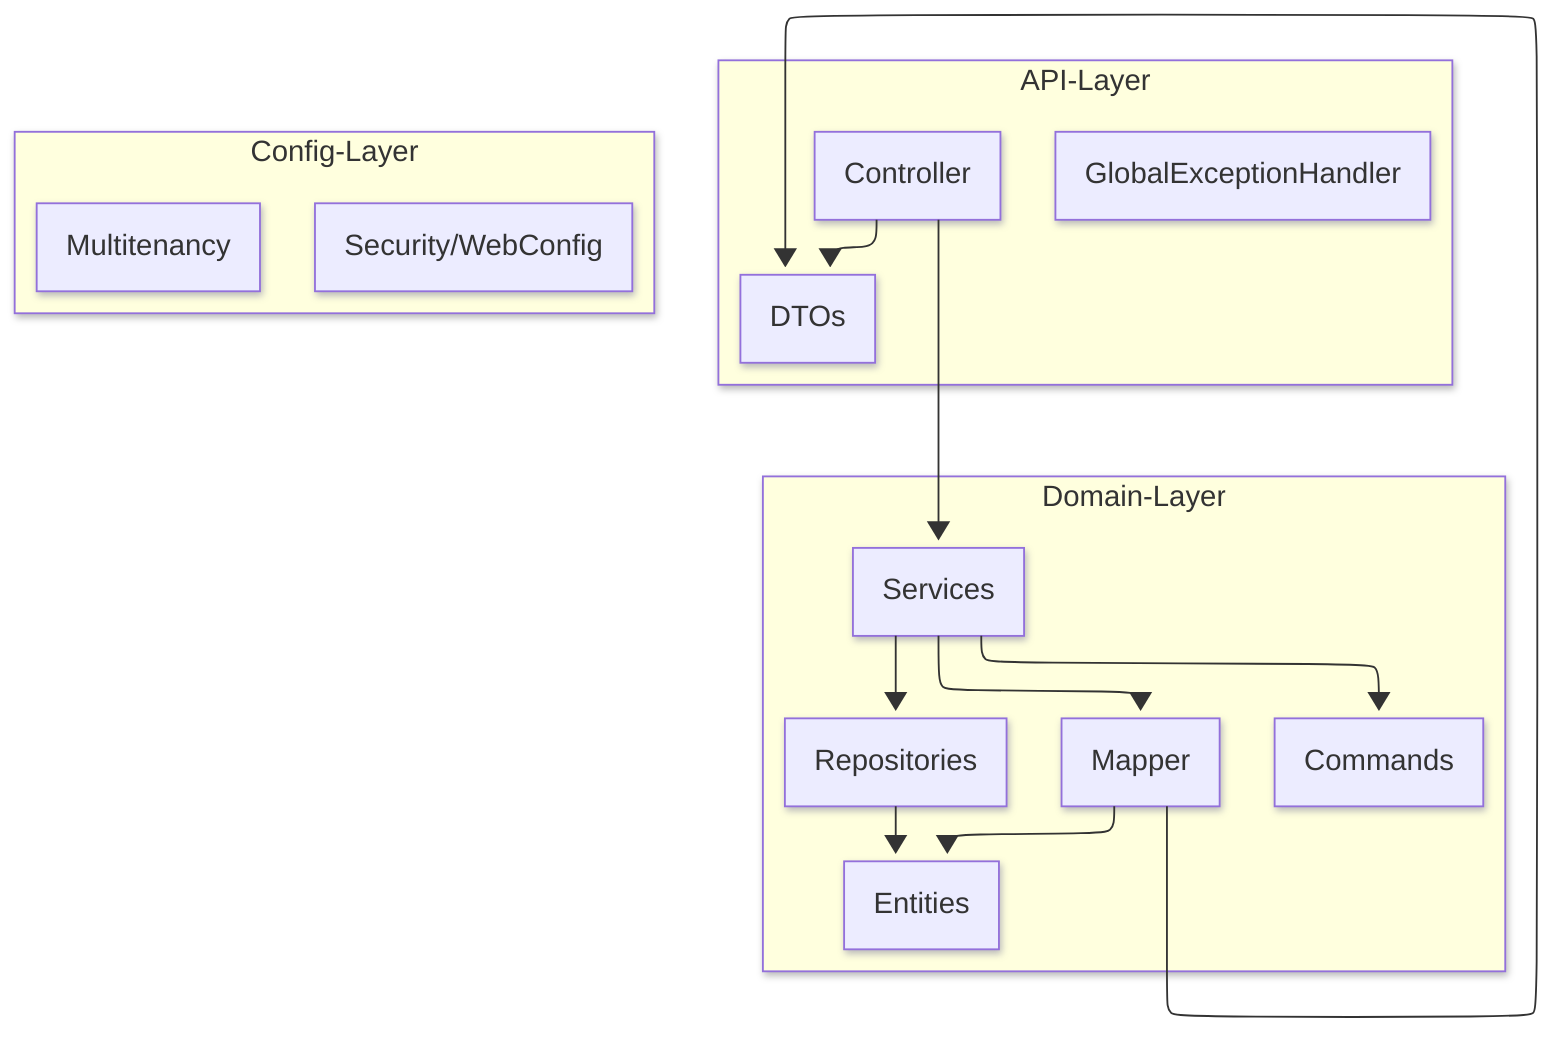
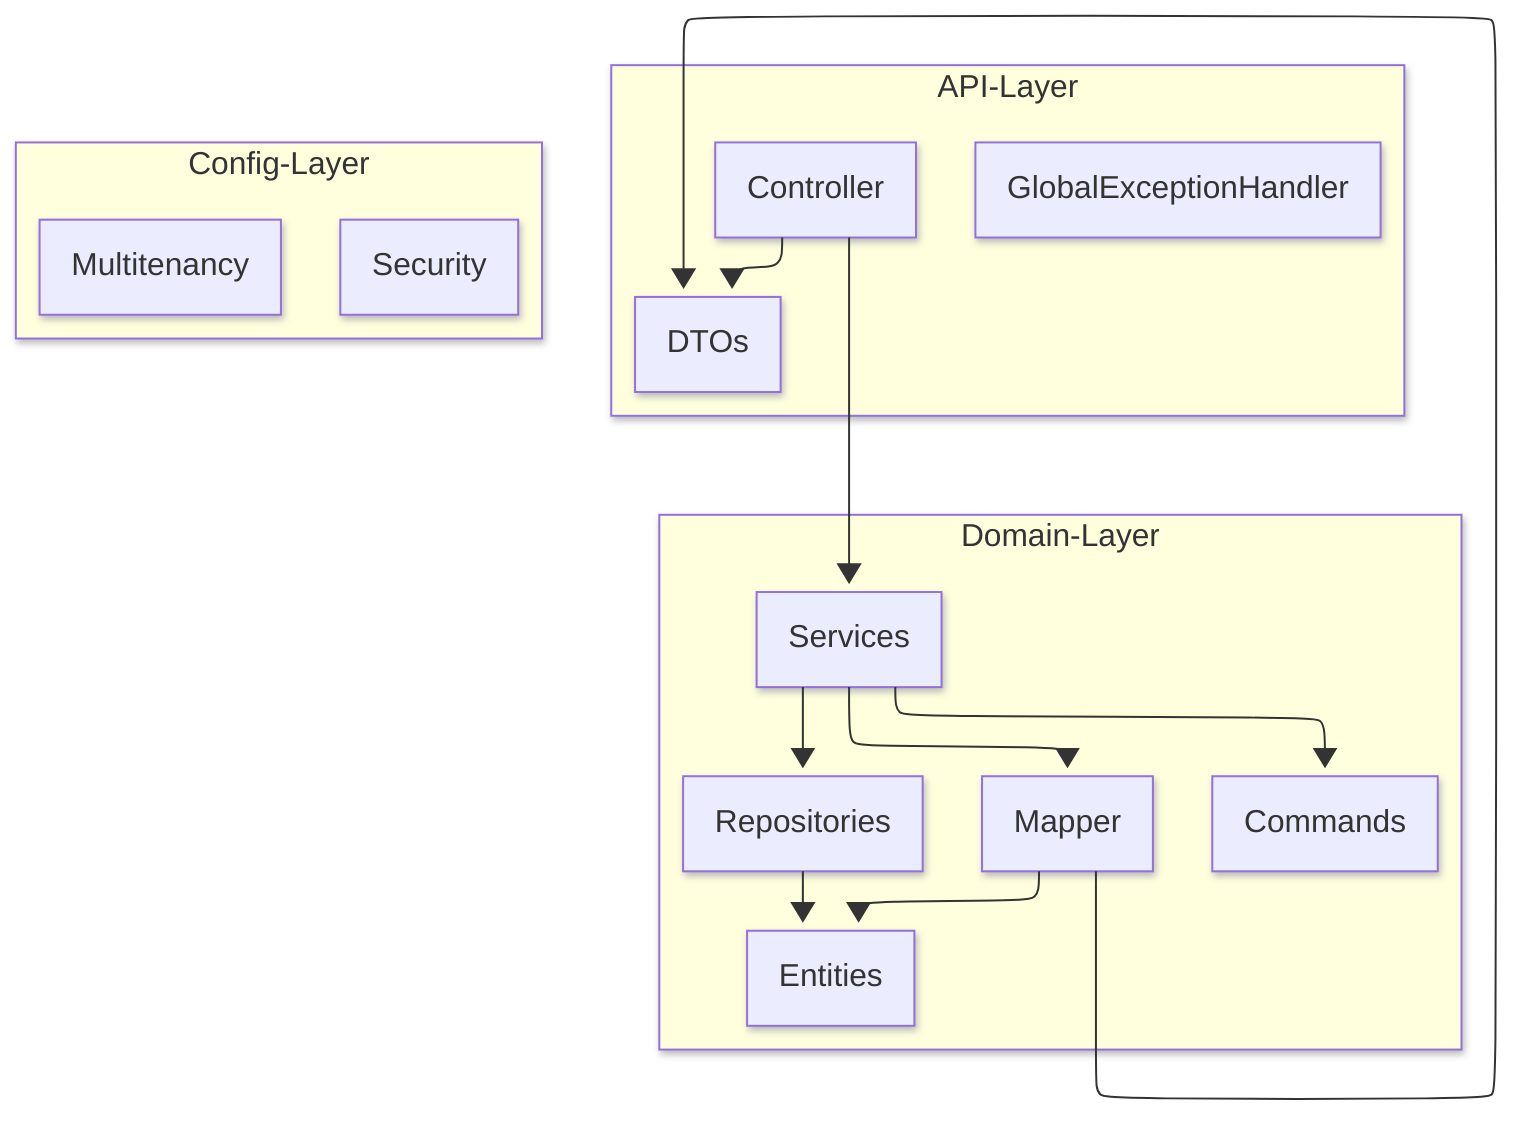
---
config:
  look: neo
  layout: elk
---
graph TD
    subgraph API-Layer
        C[Controller] --> DTO[DTOs]
        H[GlobalExceptionHandler]
    end
    subgraph Domain-Layer
        S[Services] --> CMD[Commands]
        S --> M[Mapper]
        S --> R[Repositories]
        R --> E[Entities]
    end
    subgraph Config-Layer
        MT[Multitenancy]
-         SC[Security/WebConfig]
+         SC[Security]
    end
    C --> S
    M --> DTO
    M --> E
